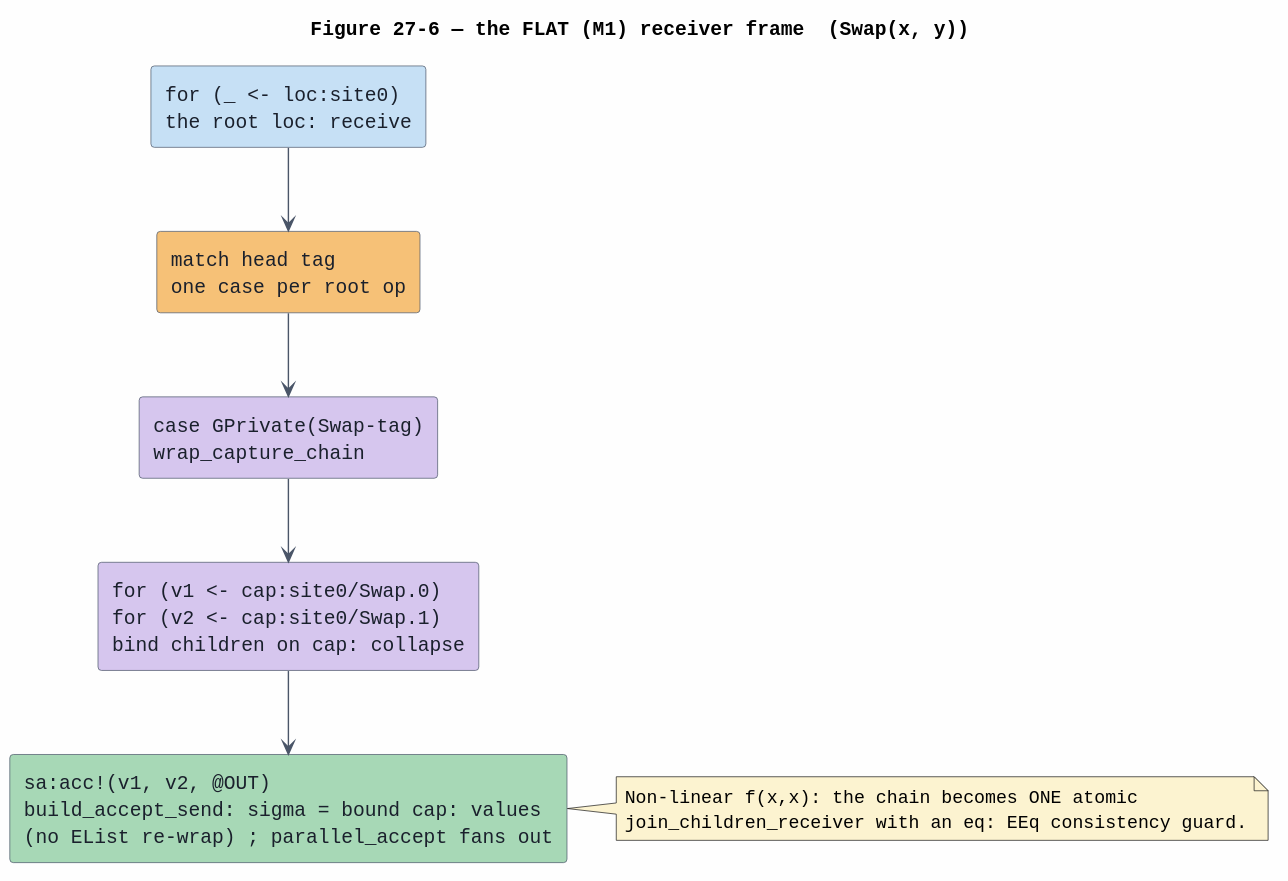
This is docs/architecture/rho-native-integration/figures/27-flat-frame.svg from F1R3FLY-io/mettail-rust, a PlantUML export, as it was before one commit.
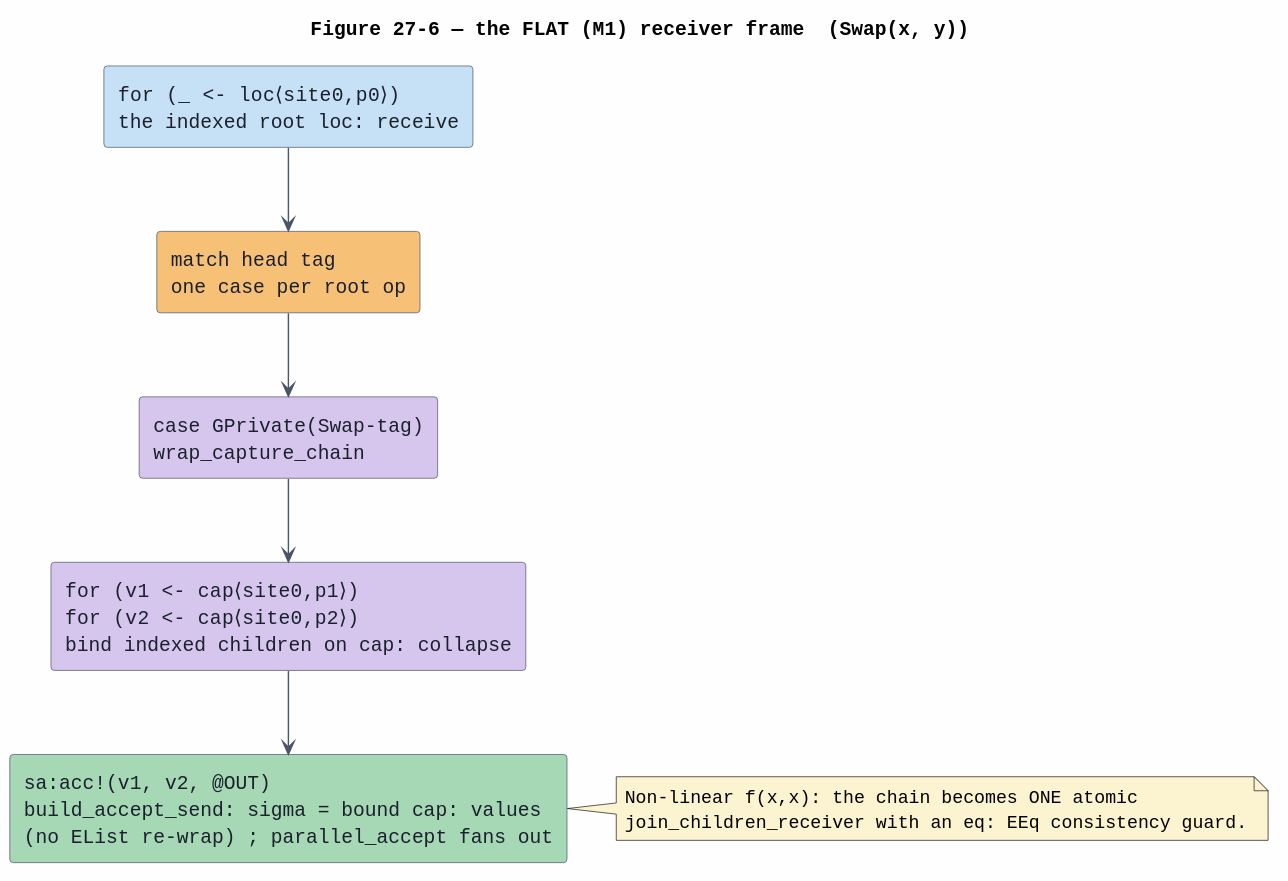
The same file after the commit.

Change to the diagram source:
```diff
@@ -11,10 +11,10 @@
 
 title Figure 27-6 — the FLAT (M1) receiver frame  (Swap(x, y))
 
-rectangle "for (_ <- loc:site0)\nthe root loc: receive" as ROOT #C6E0F5
+rectangle "for (_ <- loc⟨site0,p0⟩)\nthe indexed root loc: receive" as ROOT #C6E0F5
 rectangle "match head tag\none case per root op" as MATCH #F6C177
 rectangle "case GPrivate(Swap-tag)\nwrap_capture_chain" as CASE #D6C6EE
-rectangle "for (v1 <- cap:site0/Swap.0)\nfor (v2 <- cap:site0/Swap.1)\nbind children on cap: collapse" as CAP #D6C6EE
+rectangle "for (v1 <- cap⟨site0,p1⟩)\nfor (v2 <- cap⟨site0,p2⟩)\nbind indexed children on cap: collapse" as CAP #D6C6EE
 rectangle "sa:acc!(v1, v2, @OUT)\nbuild_accept_send: sigma = bound cap: values\n(no EList re-wrap) ; parallel_accept fans out" as ACC #A7D8B6
 
 ROOT --> MATCH
```
